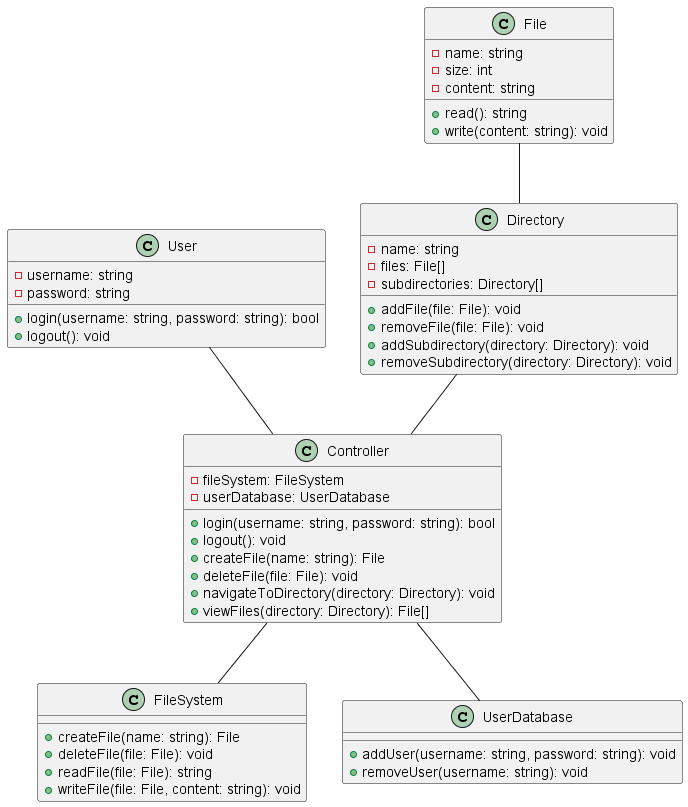
Earlier version of the PlantUML export diagrams/class diagrams/class_diagram.png (SimosProjects/FileManagementSystem).
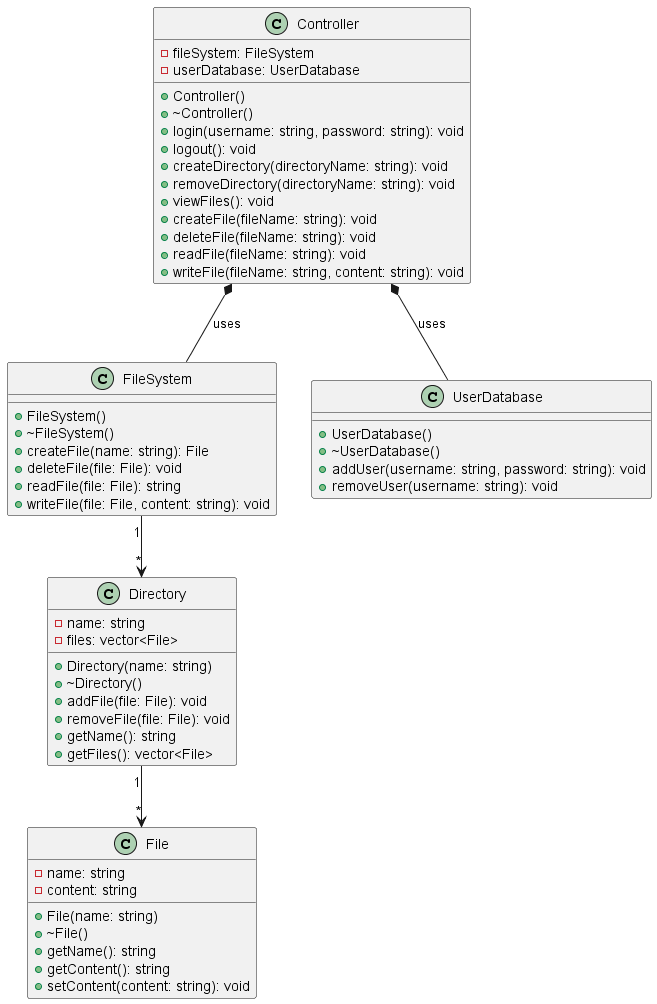
The same file after the commit.

Commit message:
created FileSystem class to handle files in memory

What changed in the source:
```diff
@@ -1,55 +1,61 @@
-@startuml class_diagram
-class User {
-    - username: string
-    - password: string
-    + login(username: string, password: string): bool
-    + logout(): void
-}
-
-class File {
-    - name: string
-    - size: int
-    - content: string
-    + read(): string
-    + write(content: string): void
-}
-
-class Directory {
-    - name: string
-    - files: File[]
-    - subdirectories: Directory[]
-    + addFile(file: File): void
-    + removeFile(file: File): void
-    + addSubdirectory(directory: Directory): void
-    + removeSubdirectory(directory: Directory): void
-}
-
-class Controller {
-    - fileSystem: FileSystem
-    - userDatabase: UserDatabase
-    + login(username: string, password: string): bool
-    + logout(): void
-    + createFile(name: string): File
-    + deleteFile(file: File): void
-    + navigateToDirectory(directory: Directory): void
-    + viewFiles(directory: Directory): File[]
-}
+@startuml
 
 class FileSystem {
+    + FileSystem()
+    + ~FileSystem()
     + createFile(name: string): File
     + deleteFile(file: File): void
     + readFile(file: File): string
     + writeFile(file: File, content: string): void
 }
 
+class Directory {
+    - name: string
+    - files: vector<File>
+    + Directory(name: string)
+    + ~Directory()
+    + addFile(file: File): void
+    + removeFile(file: File): void
+    + getName(): string
+    + getFiles(): vector<File>
+}
+
+class File {
+    - name: string
+    - content: string
+    + File(name: string)
+    + ~File()
+    + getName(): string
+    + getContent(): string
+    + setContent(content: string): void
+}
+
 class UserDatabase {
+    + UserDatabase()
+    + ~UserDatabase()
     + addUser(username: string, password: string): void
     + removeUser(username: string): void
 }
 
-User -- Controller
-File -- Directory
-Directory -- Controller
-Controller -- FileSystem
-Controller -- UserDatabase
+class Controller {
+    - fileSystem: FileSystem
+    - userDatabase: UserDatabase
+    + Controller()
+    + ~Controller()
+    + login(username: string, password: string): void
+    + logout(): void
+    + createDirectory(directoryName: string): void
+    + removeDirectory(directoryName: string): void
+    + viewFiles(): void
+    + createFile(fileName: string): void
+    + deleteFile(fileName: string): void
+    + readFile(fileName: string): void
+    + writeFile(fileName: string, content: string): void
+}
+
+FileSystem "1" --> "*" Directory
+Directory "1" --> "*" File
+Controller *-- FileSystem : uses
+Controller *-- UserDatabase : uses
+
 @enduml
```
